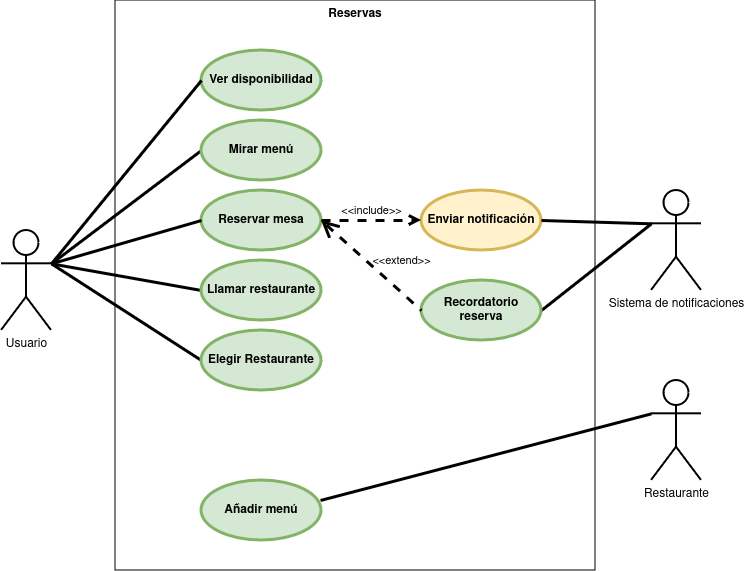
Above: casos-uso.drawio.png in alvarogrlp/clasificador-imagenes (draw.io), before the change. Source tidied: cells renumbered, new cells last; positions are measured from the earlier drawing's top-left corner, leaving out a move shared by most shapes. Source of this version:
```xml
<mxGraphModel>
  <root>
    <mxCell id="0" />
    <mxCell id="1" parent="0" />
    <mxCell id="2" value="Reservas" style="shape=rect;html=1;verticalAlign=top;fontStyle=1;whiteSpace=wrap;align=center;fillColor=none;" parent="1" vertex="1">
      <mxGeometry x="114" width="480" height="570" as="geometry" />
    </mxCell>
    <mxCell id="3" style="edgeStyle=orthogonalEdgeStyle;rounded=0;orthogonalLoop=1;jettySize=auto;html=1;exitX=1;exitY=1;exitDx=0;exitDy=0;entryX=0.05;entryY=0.833;entryDx=0;entryDy=0;entryPerimeter=0;" parent="1" edge="1">
      <mxGeometry relative="1" as="geometry">
        <mxPoint x="435" y="460" as="sourcePoint" />
      </mxGeometry>
    </mxCell>
    <mxCell id="4" value="Restaurante" style="shape=umlActor;html=1;verticalLabelPosition=bottom;verticalAlign=top;align=center;strokeWidth=2;" parent="1" vertex="1">
      <mxGeometry x="650" y="380" width="50" height="100" as="geometry" />
    </mxCell>
    <mxCell id="5" value="Ver disponibilidad" style="shape=ellipse;html=1;strokeWidth=3;fontStyle=1;whiteSpace=wrap;align=center;perimeter=ellipsePerimeter;fillColor=#d5e8d4;strokeColor=#82b366;" parent="1" vertex="1">
      <mxGeometry x="200" y="50" width="120" height="60" as="geometry" />
    </mxCell>
    <mxCell id="6" style="rounded=0;jettySize=auto;html=1;exitX=0;exitY=0.5;exitDx=0;exitDy=0;endArrow=none;endFill=0;entryX=1;entryY=0.3333333333333333;entryDx=0;entryDy=0;entryPerimeter=0;strokeWidth=3;" parent="1" edge="1" source="7" target="12">
      <mxGeometry relative="1" as="geometry" />
    </mxCell>
    <mxCell id="7" value="Mirar menú" style="shape=ellipse;html=1;strokeWidth=3;fontStyle=1;whiteSpace=wrap;align=center;perimeter=ellipsePerimeter;fillColor=#d5e8d4;strokeColor=#82b366;" parent="1" vertex="1">
      <mxGeometry x="200" y="120" width="120" height="60" as="geometry" />
    </mxCell>
    <mxCell id="8" value="Reservar mesa" style="shape=ellipse;html=1;strokeWidth=3;fontStyle=1;whiteSpace=wrap;align=center;perimeter=ellipsePerimeter;fillColor=#d5e8d4;strokeColor=#82b366;" parent="1" vertex="1">
      <mxGeometry x="200" y="190" width="120" height="60" as="geometry" />
    </mxCell>
    <mxCell id="9" style="rounded=0;jettySize=auto;html=1;exitX=1;exitY=0.3333333333333333;exitDx=0;exitDy=0;exitPerimeter=0;entryX=0;entryY=0.5;entryDx=0;entryDy=0;strokeWidth=3;endArrow=none;endFill=0;" parent="1" edge="1" source="12" target="8">
      <mxGeometry relative="1" as="geometry" />
    </mxCell>
    <mxCell id="10" style="rounded=0;jettySize=auto;html=1;exitX=1;exitY=0.3333333333333333;exitDx=0;exitDy=0;exitPerimeter=0;entryX=0;entryY=0.5;entryDx=0;entryDy=0;strokeWidth=3;endArrow=none;endFill=0;" parent="1" edge="1" source="12" target="14">
      <mxGeometry relative="1" as="geometry" />
    </mxCell>
    <mxCell id="11" style="rounded=0;jettySize=auto;html=1;exitX=1;exitY=0.3333333333333333;exitDx=0;exitDy=0;exitPerimeter=0;entryX=0;entryY=0.5;entryDx=0;entryDy=0;strokeWidth=3;endArrow=none;endFill=0;" parent="1" edge="1" source="12" target="17">
      <mxGeometry relative="1" as="geometry" />
    </mxCell>
    <mxCell id="12" value="Usuario" style="shape=umlActor;html=1;verticalLabelPosition=bottom;verticalAlign=top;align=center;strokeWidth=2;" parent="1" vertex="1">
      <mxGeometry y="230" width="50" height="100" as="geometry" />
    </mxCell>
    <mxCell id="13" style="rounded=0;jettySize=auto;html=1;exitX=0;exitY=0.5;exitDx=0;exitDy=0;entryX=1;entryY=0.3333333333333333;entryDx=0;entryDy=0;entryPerimeter=0;endArrow=none;endFill=0;jumpSize=6;endSize=6;strokeWidth=3;" parent="1" edge="1" source="5" target="12">
      <mxGeometry relative="1" as="geometry" />
    </mxCell>
    <mxCell id="14" value="Llamar restaurante" style="shape=ellipse;html=1;strokeWidth=3;fontStyle=1;whiteSpace=wrap;align=center;perimeter=ellipsePerimeter;fillColor=#d5e8d4;strokeColor=#82b366;" parent="1" vertex="1">
      <mxGeometry x="200" y="260" width="120" height="60" as="geometry" />
    </mxCell>
    <mxCell id="15" value="Añadir menú" style="shape=ellipse;html=1;strokeWidth=3;fontStyle=1;whiteSpace=wrap;align=center;perimeter=ellipsePerimeter;fillColor=#d5e8d4;strokeColor=#82b366;" parent="1" vertex="1">
      <mxGeometry x="200" y="480" width="120" height="60" as="geometry" />
    </mxCell>
    <mxCell id="16" style="rounded=0;jettySize=auto;html=1;exitX=0;exitY=0.3333333333333333;exitDx=0;exitDy=0;exitPerimeter=0;entryX=0.992;entryY=0.333;entryDx=0;entryDy=0;entryPerimeter=0;strokeWidth=3;endArrow=none;endFill=0;" parent="1" edge="1" source="4" target="15">
      <mxGeometry relative="1" as="geometry" />
    </mxCell>
    <mxCell id="17" value="Elegir Restaurante" style="shape=ellipse;html=1;strokeWidth=3;fontStyle=1;whiteSpace=wrap;align=center;perimeter=ellipsePerimeter;fillColor=#d5e8d4;strokeColor=#82b366;" parent="1" vertex="1">
      <mxGeometry x="200" y="330" width="120" height="60" as="geometry" />
    </mxCell>
    <mxCell id="18" value="Enviar notificación" style="shape=ellipse;html=1;strokeWidth=3;fontStyle=1;whiteSpace=wrap;align=center;perimeter=ellipsePerimeter;fillColor=#fff2cc;strokeColor=#d6b656;" parent="1" vertex="1">
      <mxGeometry x="420" y="190" width="120" height="60" as="geometry" />
    </mxCell>
    <mxCell id="19" style="rounded=0;jettySize=auto;html=1;exitX=0;exitY=0.3333333333333333;exitDx=0;exitDy=0;exitPerimeter=0;entryX=1;entryY=0.5;entryDx=0;entryDy=0;strokeWidth=3;endArrow=none;endFill=0;" parent="1" edge="1" source="21" target="18">
      <mxGeometry relative="1" as="geometry" />
    </mxCell>
    <mxCell id="20" style="rounded=0;jettySize=auto;html=1;exitX=0;exitY=0.3333333333333333;exitDx=0;exitDy=0;exitPerimeter=0;entryX=1;entryY=0.5;entryDx=0;entryDy=0;strokeWidth=3;endArrow=none;endFill=0;" parent="1" edge="1" source="21" target="23">
      <mxGeometry relative="1" as="geometry" />
    </mxCell>
    <mxCell id="21" value="Sistema de notificaciones" style="shape=umlActor;html=1;verticalLabelPosition=bottom;verticalAlign=top;align=center;strokeWidth=2;" parent="1" vertex="1">
      <mxGeometry x="650" y="190" width="50" height="100" as="geometry" />
    </mxCell>
    <mxCell id="22" value="&amp;lt;&amp;lt;include&amp;gt;&amp;gt;" style="edgeStyle=none;html=1;endArrow=open;verticalAlign=bottom;dashed=1;labelBackgroundColor=none;rounded=0;exitX=1;exitY=0.5;exitDx=0;exitDy=0;entryX=0;entryY=0.5;entryDx=0;entryDy=0;strokeWidth=3;" parent="1" edge="1" source="8" target="18">
      <mxGeometry relative="1" as="geometry" />
    </mxCell>
    <mxCell id="23" value="Recordatorio reserva" style="shape=ellipse;html=1;strokeWidth=3;fontStyle=1;whiteSpace=wrap;align=center;perimeter=ellipsePerimeter;fillColor=#d5e8d4;strokeColor=#82b366;" parent="1" vertex="1">
      <mxGeometry x="420" y="280" width="120" height="60" as="geometry" />
    </mxCell>
    <mxCell id="24" value="&amp;lt;&amp;lt;extend&amp;gt;&amp;gt;" style="edgeStyle=none;html=1;startArrow=open;endArrow=none;startSize=12;verticalAlign=bottom;dashed=1;labelBackgroundColor=none;rounded=0;entryX=0;entryY=0.5;entryDx=0;entryDy=0;exitX=1;exitY=0.5;exitDx=0;exitDy=0;strokeWidth=3;" parent="1" edge="1" source="8" target="23">
      <mxGeometry x="0.38" y="16" relative="1" as="geometry" />
    </mxCell>
  </root>
</mxGraphModel>
```
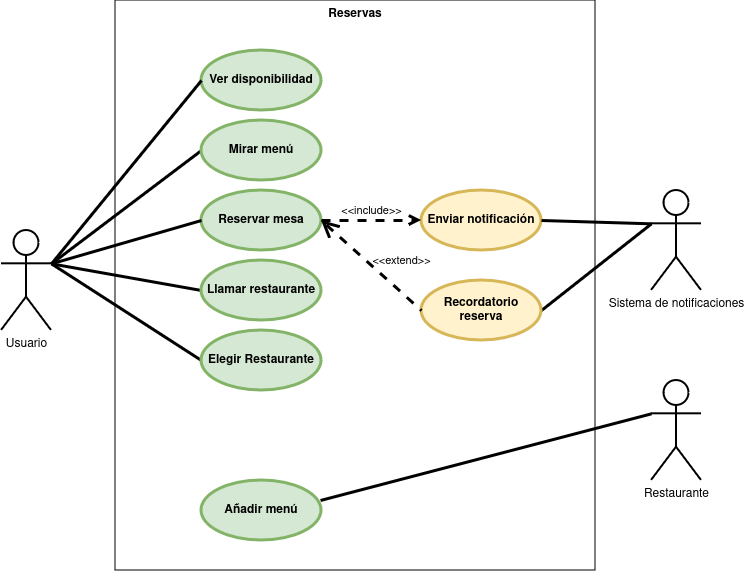
Above is the later version.

Change to the diagram source:
```diff
@@ -67,7 +67,7 @@
     <mxCell id="22" value="&amp;lt;&amp;lt;include&amp;gt;&amp;gt;" style="edgeStyle=none;html=1;endArrow=open;verticalAlign=bottom;dashed=1;labelBackgroundColor=none;rounded=0;exitX=1;exitY=0.5;exitDx=0;exitDy=0;entryX=0;entryY=0.5;entryDx=0;entryDy=0;strokeWidth=3;" parent="1" edge="1" source="8" target="18">
       <mxGeometry relative="1" as="geometry" />
     </mxCell>
-    <mxCell id="23" value="Recordatorio reserva" style="shape=ellipse;html=1;strokeWidth=3;fontStyle=1;whiteSpace=wrap;align=center;perimeter=ellipsePerimeter;fillColor=#d5e8d4;strokeColor=#82b366;" parent="1" vertex="1">
+    <mxCell id="23" value="Recordatorio reserva" style="shape=ellipse;html=1;strokeWidth=3;fontStyle=1;whiteSpace=wrap;align=center;perimeter=ellipsePerimeter;fillColor=#fff2cc;strokeColor=#d6b656;" parent="1" vertex="1">
       <mxGeometry x="420" y="280" width="120" height="60" as="geometry" />
     </mxCell>
     <mxCell id="24" value="&amp;lt;&amp;lt;extend&amp;gt;&amp;gt;" style="edgeStyle=none;html=1;startArrow=open;endArrow=none;startSize=12;verticalAlign=bottom;dashed=1;labelBackgroundColor=none;rounded=0;entryX=0;entryY=0.5;entryDx=0;entryDy=0;exitX=1;exitY=0.5;exitDx=0;exitDy=0;strokeWidth=3;" parent="1" edge="1" source="8" target="23">
```
